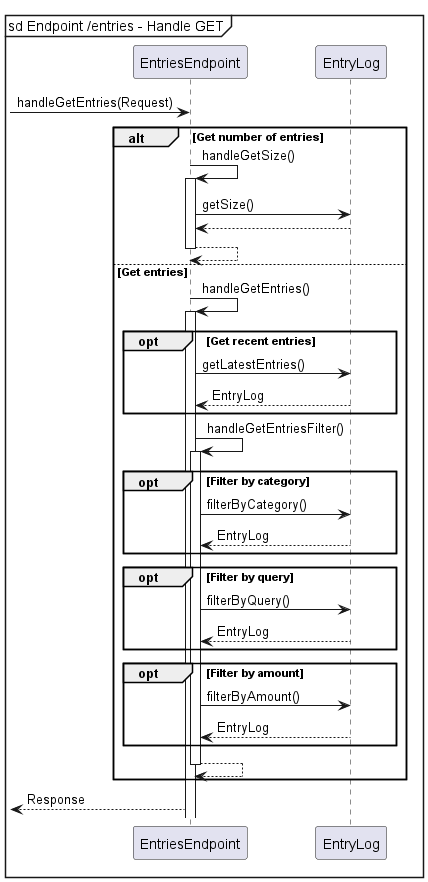
nus-cs2113-AY2223S2/tp keeps this PlantUML diagram as docs/static/backend/EntriesEndpointGetSequence.png. Above is the earlier version. Source of this version:
```plantuml
@startuml

mainframe sd Endpoint /entries - Handle GET

-> EntriesEndpoint : handleGetEntries(Request)

group alt [Get number of entries]
    EntriesEndpoint -> EntriesEndpoint++ : handleGetSize()
    EntriesEndpoint -> EntryLog : getSize()
    EntriesEndpoint <-- EntryLog :
    return
else Get entries
    EntriesEndpoint -> EntriesEndpoint++ : handleGetEntries()
    group opt [Get recent entries]
        EntriesEndpoint -> EntryLog : getLatestEntries()
        EntriesEndpoint <-- EntryLog : EntryLog
    end

    EntriesEndpoint -> EntriesEndpoint++ : handleGetEntriesFilter()
    group opt [Filter by category]
        EntriesEndpoint -> EntryLog : filterByCategory()
        EntriesEndpoint <-- EntryLog : EntryLog
    end
    group opt [Filter by query]
        EntriesEndpoint -> EntryLog : filterByQuery()
        EntriesEndpoint <-- EntryLog : EntryLog
    end
    group opt [Filter by amount]
        EntriesEndpoint -> EntryLog : filterByAmount()
        EntriesEndpoint <-- EntryLog : EntryLog
    end
    return
end

<-- EntriesEndpoint : Response

@enduml
```
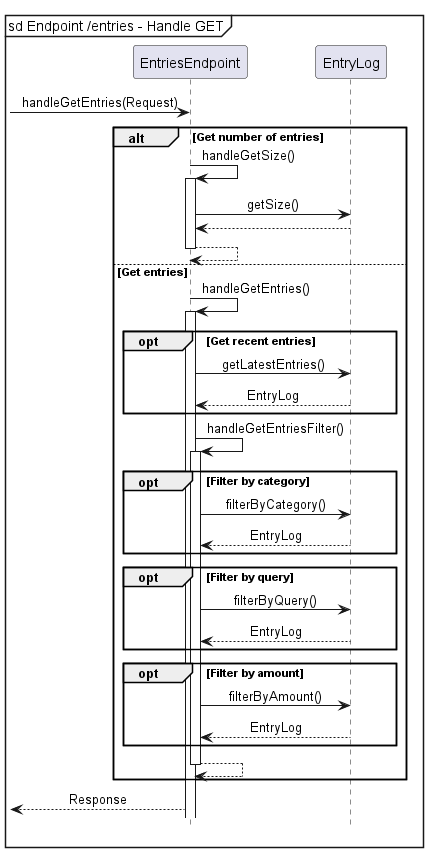
The same file after the commit.

What changed in the source:
```diff
@@ -1,4 +1,5 @@
 @startuml
+!include ../Style.puml
 
 mainframe sd Endpoint /entries - Handle GET
 
```
